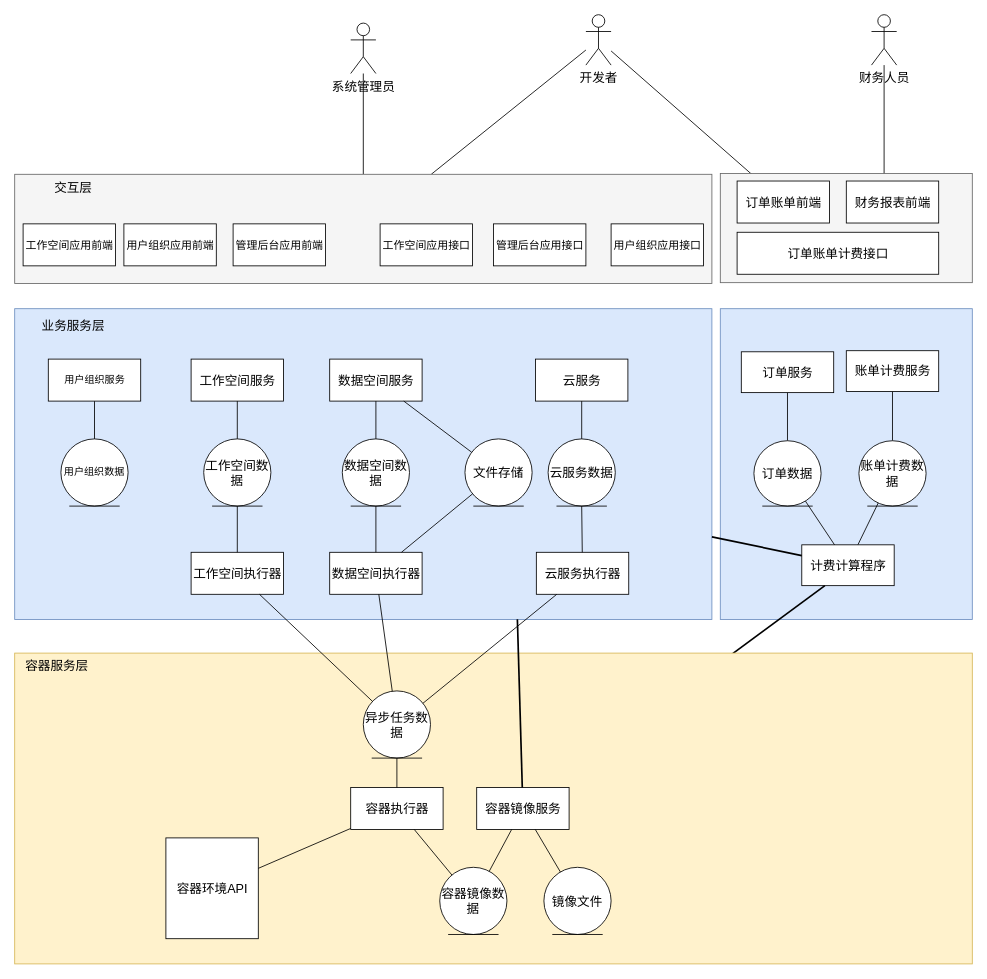
The draw.io diagram _design_file/04.architecture/01.logic-desgin.drawio in tatawind/cloud-workspace-docs, before the edit. Source tidied: cells renumbered, new cells numbered last; positions are measured from the earlier drawing's top-left corner, leaving out a move shared by most shapes. Both pictures are drawn from the tidied source at 84%, with x=0, y=0 at pixel (14, 14).
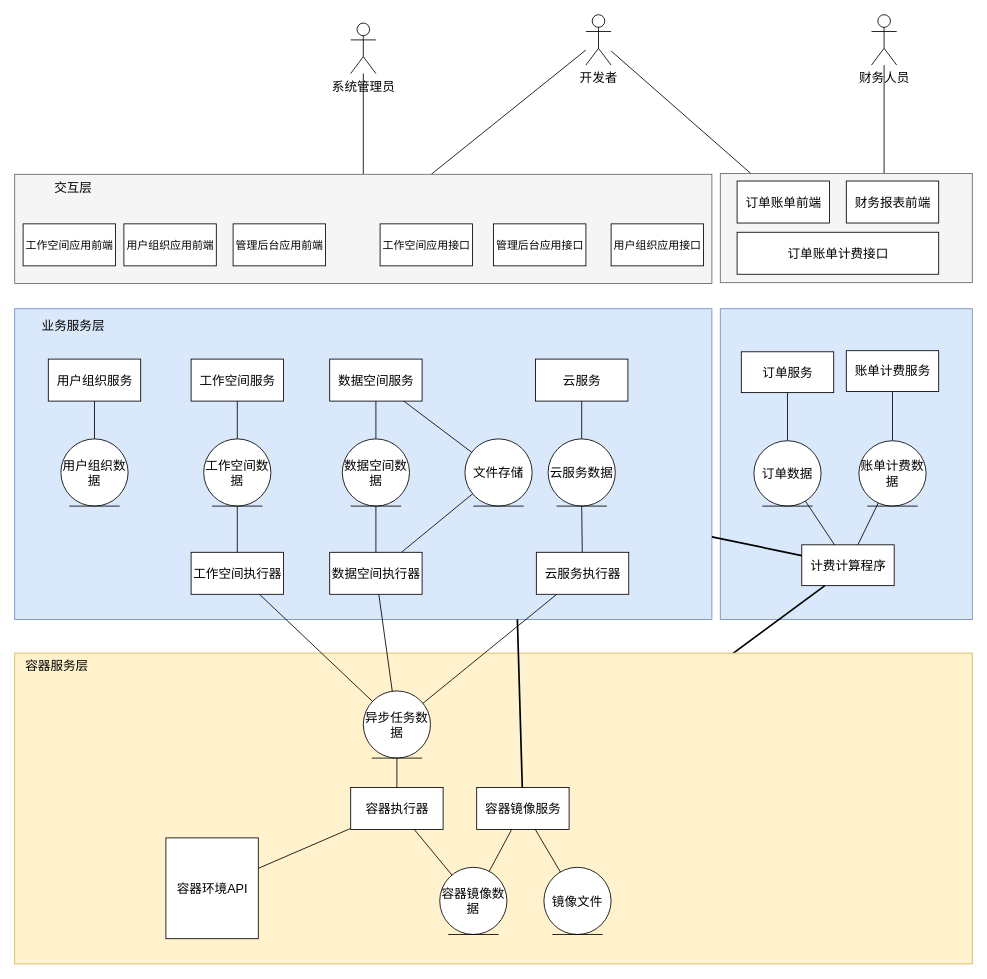
Above is the later version.

Diff of the diagram source:
```diff
@@
-    <mxCell id="74" value="用户组织服务" style="html=1;" parent="1" vertex="1">
+    <mxCell id="74" value="用户组织服务" style="html=1;fontSize=15;" parent="1" vertex="1">
       <mxGeometry x="40" y="410" width="110" height="50" as="geometry" />
     </mxCell>
-    <mxCell id="75" value="用户组织数据" style="ellipse;shape=umlEntity;whiteSpace=wrap;html=1;" parent="1" vertex="1">
+    <mxCell id="75" value="用户组织数据" style="ellipse;shape=umlEntity;whiteSpace=wrap;html=1;fontSize=15;" parent="1" vertex="1">
       <mxGeometry x="55" y="505" width="80" height="80" as="geometry" />
     </mxCell>
```
